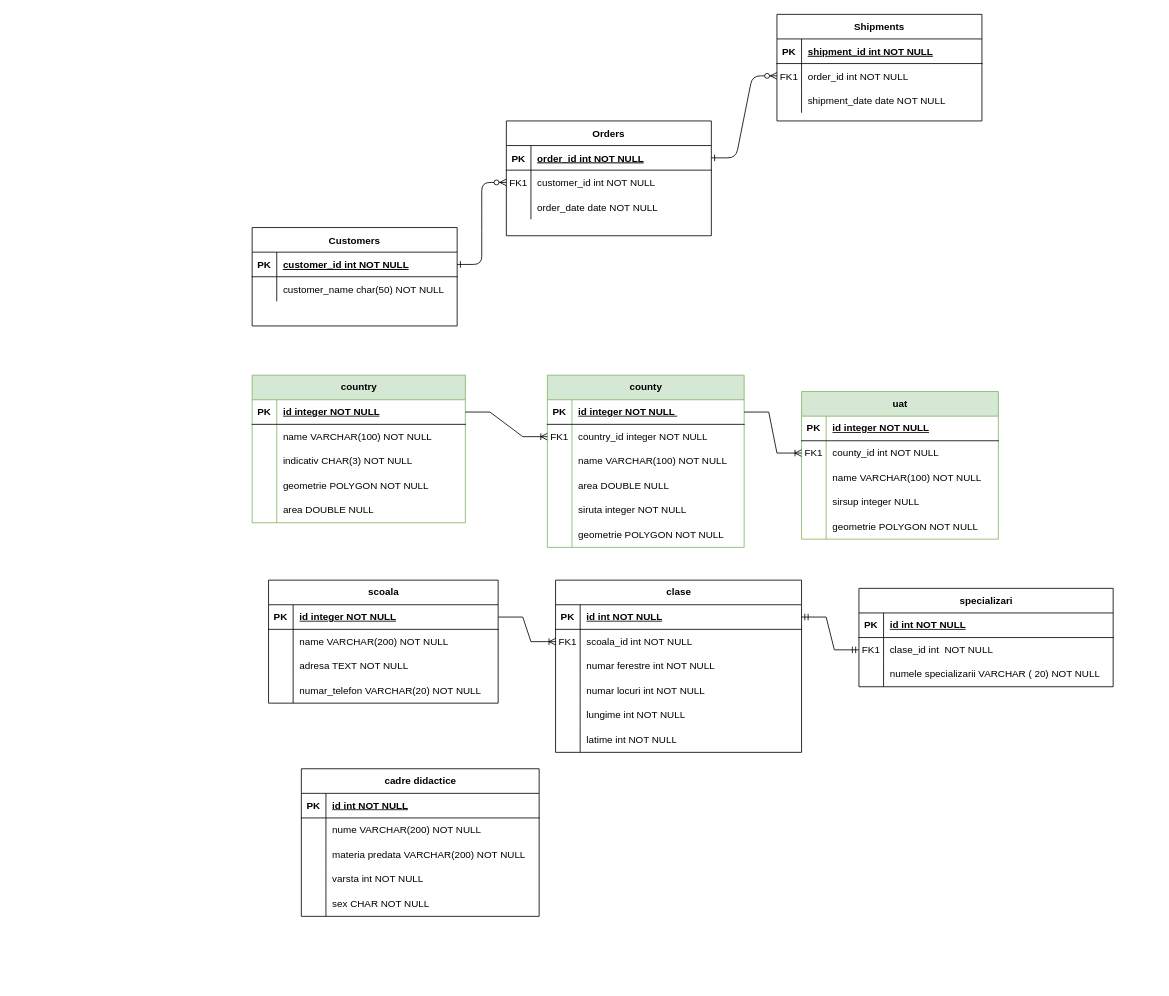
This is Untitled Diagram.drawio from cristian19122001/modelare_db, a draw.io file, before an edit. Source tidied: cells renumbered, new cells numbered last; positions are measured from the earlier drawing's top-left corner, leaving out a move shared by most shapes. Both pictures are drawn from the tidied source at 82%, with x=0, y=0 at pixel (252, 14).
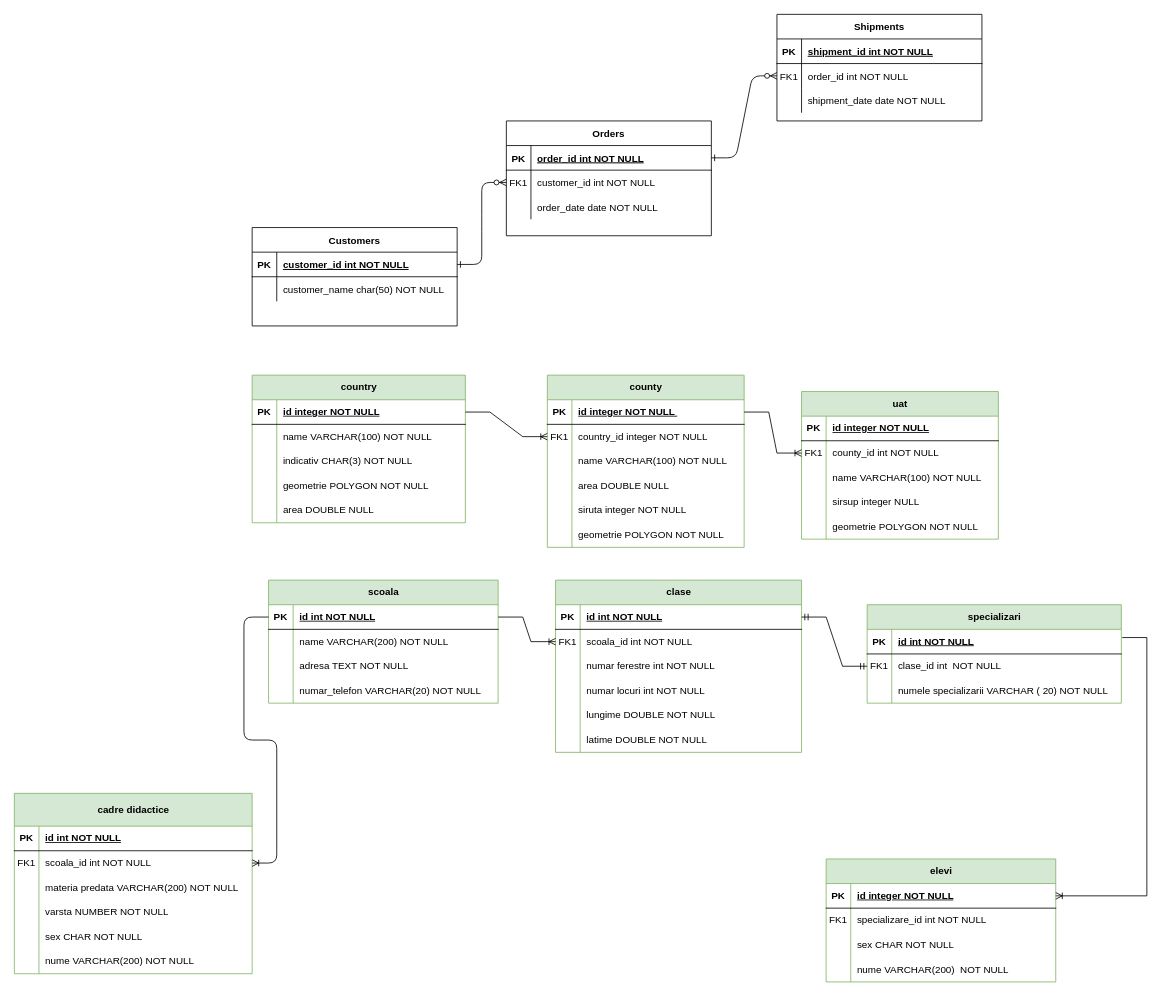
The same page after the edit.

The change refers to these unchanged cells:
```xml
<mxCell id="85" style="shape=tableRow;horizontal=0;startSize=0;swimlaneHead=0;swimlaneBody=0;fillColor=none;points=[[0,0.5],[1,0.5]];portConstraint=eastwest;top=0;left=0;right=0;bottom=1;" parent="84" vertex="1">
  <mxGeometry y="30" width="280" height="30" as="geometry" />
</mxCell>
<mxCell id="110" style="shape=tableRow;horizontal=0;startSize=0;swimlaneHead=0;swimlaneBody=0;fillColor=none;top=0;left=0;right=0;bottom=0;" parent="97" vertex="1">
  <mxGeometry y="150" width="300" height="30" as="geometry" />
</mxCell>
<mxCell id="113" style="shape=tableRow;horizontal=0;startSize=0;swimlaneHead=0;swimlaneBody=0;fillColor=none;top=0;left=0;right=0;bottom=0;" parent="97" vertex="1">
  <mxGeometry y="180" width="300" height="30" as="geometry" />
</mxCell>
```

What changed in the source:
```diff
@@
-    <mxCell id="84" value="scoala" style="shape=table;startSize=30;childLayout=tableLayout;rowLines=0;fontStyle=1;align=center;html=1;" parent="1" vertex="1">
+    <mxCell id="84" value="scoala" style="shape=table;startSize=30;childLayout=tableLayout;rowLines=0;fontStyle=1;align=center;html=1;fillColor=#d5e8d4;strokeColor=#82b366;" parent="1" vertex="1">
       <mxGeometry x="20" y="690" width="280" height="150" as="geometry" />
     </mxCell>
@@
-    <mxCell id="87" value="id integer NOT NULL" style="shape=partialRectangle;fillColor=none;top=0;left=0;bottom=0;right=0;align=left;spacingLeft=6;fontStyle=5;overflow=hidden;whiteSpace=wrap;html=1;" parent="85" vertex="1">
+    <mxCell id="87" value="id int NOT NULL" style="shape=partialRectangle;fillColor=none;top=0;left=0;bottom=0;right=0;align=left;spacingLeft=6;fontStyle=5;overflow=hidden;whiteSpace=wrap;html=1;" parent="85" vertex="1">
       <mxGeometry x="30" width="250" height="30" as="geometry" />
     </mxCell>
@@
-    <mxCell id="97" value="clase" style="shape=table;startSize=30;childLayout=tableLayout;rowLines=0;fontStyle=1;align=center;html=1;" parent="1" vertex="1">
+    <mxCell id="97" value="clase" style="shape=table;startSize=30;childLayout=tableLayout;rowLines=0;fontStyle=1;align=center;html=1;fillColor=#d5e8d4;strokeColor=#82b366;" parent="1" vertex="1">
       <mxGeometry x="370" y="690" width="300" height="210" as="geometry" />
     </mxCell>
@@
-    <mxCell id="112" value="lungime int NOT NULL" style="shape=partialRectangle;fillColor=none;top=0;left=0;bottom=0;right=0;align=left;spacingLeft=6;overflow=hidden;whiteSpace=wrap;html=1;" parent="110" vertex="1">
+    <mxCell id="112" value="lungime DOUBLE NOT NULL" style="shape=partialRectangle;fillColor=none;top=0;left=0;bottom=0;right=0;align=left;spacingLeft=6;overflow=hidden;whiteSpace=wrap;html=1;" parent="110" vertex="1">
       <mxGeometry x="30" width="270" height="30" as="geometry" />
     </mxCell>
@@
-    <mxCell id="115" value="latime int NOT NULL" style="shape=partialRectangle;fillColor=none;top=0;left=0;bottom=0;right=0;align=left;spacingLeft=6;overflow=hidden;whiteSpace=wrap;html=1;" parent="113" vertex="1">
+    <mxCell id="115" value="latime DOUBLE NOT NULL" style="shape=partialRectangle;fillColor=none;top=0;left=0;bottom=0;right=0;align=left;spacingLeft=6;overflow=hidden;whiteSpace=wrap;html=1;" parent="113" vertex="1">
       <mxGeometry x="30" width="270" height="30" as="geometry" />
     </mxCell>
-    <mxCell id="116" value="specializari" style="shape=table;startSize=30;childLayout=tableLayout;rowLines=0;fontStyle=1;align=center;html=1;" parent="1" vertex="1">
-      <mxGeometry x="740" y="700" width="310" height="120" as="geometry" />
+    <mxCell id="116" value="specializari" style="shape=table;startSize=30;childLayout=tableLayout;rowLines=0;fontStyle=1;align=center;html=1;fillColor=#d5e8d4;strokeColor=#82b366;" parent="1" vertex="1">
+      <mxGeometry x="750" y="720" width="310" height="120" as="geometry" />
     </mxCell>
@@
-    <mxCell id="126" value="cadre didactice" style="shape=table;startSize=30;childLayout=tableLayout;rowLines=0;fontStyle=1;align=center;html=1;" parent="1" vertex="1">
-      <mxGeometry x="60" y="920" width="290" height="180" as="geometry" />
+    <mxCell id="126" value="cadre didactice" style="shape=table;startSize=40;childLayout=tableLayout;rowLines=0;fontStyle=1;align=center;html=1;fillColor=#d5e8d4;strokeColor=#82b366;" parent="1" vertex="1">
+      <mxGeometry x="-290" y="950" width="290" height="220" as="geometry" />
     </mxCell>
     <mxCell id="127" style="shape=tableRow;horizontal=0;startSize=0;swimlaneHead=0;swimlaneBody=0;fillColor=none;top=0;left=0;right=0;bottom=1;" parent="126" vertex="1">
-      <mxGeometry y="30" width="290" height="30" as="geometry" />
+      <mxGeometry y="40" width="290" height="30" as="geometry" />
     </mxCell>
@@
     <mxCell id="130" style="shape=tableRow;horizontal=0;startSize=0;swimlaneHead=0;swimlaneBody=0;fillColor=none;points=[[0,0.5],[1,0.5]];portConstraint=eastwest;top=0;left=0;right=0;bottom=0;" parent="126" vertex="1">
-      <mxGeometry y="60" width="290" height="30" as="geometry" />
+      <mxGeometry y="70" width="290" height="30" as="geometry" />
     </mxCell>
-    <mxCell id="131" style="shape=partialRectangle;fillColor=none;top=0;left=0;bottom=0;right=0;overflow=hidden;whiteSpace=wrap;html=1;" parent="130" vertex="1">
+    <mxCell id="131" value="FK1" style="shape=partialRectangle;fillColor=none;top=0;left=0;bottom=0;right=0;overflow=hidden;whiteSpace=wrap;html=1;" parent="130" vertex="1">
       <mxGeometry width="30" height="30" as="geometry" />
     </mxCell>
-    <mxCell id="132" value="nume VARCHAR(200) NOT NULL" style="shape=partialRectangle;fillColor=none;top=0;left=0;bottom=0;right=0;align=left;spacingLeft=6;overflow=hidden;whiteSpace=wrap;html=1;" parent="130" vertex="1">
+    <mxCell id="132" value="scoala_id int NOT NULL" style="shape=partialRectangle;fillColor=none;top=0;left=0;bottom=0;right=0;align=left;spacingLeft=6;overflow=hidden;whiteSpace=wrap;html=1;" parent="130" vertex="1">
       <mxGeometry x="30" width="260" height="30" as="geometry" />
     </mxCell>
     <mxCell id="133" style="shape=tableRow;horizontal=0;startSize=0;swimlaneHead=0;swimlaneBody=0;fillColor=none;top=0;left=0;right=0;bottom=0;" parent="126" vertex="1">
-      <mxGeometry y="90" width="290" height="30" as="geometry" />
+      <mxGeometry y="100" width="290" height="30" as="geometry" />
     </mxCell>
@@
     <mxCell id="136" style="shape=tableRow;horizontal=0;startSize=0;swimlaneHead=0;swimlaneBody=0;fillColor=none;top=0;left=0;right=0;bottom=0;" parent="126" vertex="1">
-      <mxGeometry y="120" width="290" height="30" as="geometry" />
+      <mxGeometry y="130" width="290" height="30" as="geometry" />
     </mxCell>
@@
-    <mxCell id="138" value="varsta int NOT NULL" style="shape=partialRectangle;fillColor=none;top=0;left=0;bottom=0;right=0;align=left;spacingLeft=6;overflow=hidden;whiteSpace=wrap;html=1;" parent="136" vertex="1">
+    <mxCell id="138" value="varsta NUMBER NOT NULL" style="shape=partialRectangle;fillColor=none;top=0;left=0;bottom=0;right=0;align=left;spacingLeft=6;overflow=hidden;whiteSpace=wrap;html=1;" parent="136" vertex="1">
       <mxGeometry x="30" width="260" height="30" as="geometry" />
     </mxCell>
     <mxCell id="139" style="shape=tableRow;horizontal=0;startSize=0;swimlaneHead=0;swimlaneBody=0;fillColor=none;top=0;left=0;right=0;bottom=0;" parent="126" vertex="1">
-      <mxGeometry y="150" width="290" height="30" as="geometry" />
+      <mxGeometry y="160" width="290" height="30" as="geometry" />
     </mxCell>
@@
+    <mxCell id="144" style="shape=tableRow;horizontal=0;startSize=0;swimlaneHead=0;swimlaneBody=0;fillColor=none;top=0;left=0;right=0;bottom=0;" parent="126" vertex="1">
+      <mxGeometry y="190" width="290" height="30" as="geometry" />
+    </mxCell>
+    <mxCell id="145" style="shape=partialRectangle;fillColor=none;top=0;left=0;bottom=0;right=0;overflow=hidden;whiteSpace=wrap;html=1;" parent="144" vertex="1">
+      <mxGeometry width="30" height="30" as="geometry" />
+    </mxCell>
+    <mxCell id="146" value="nume VARCHAR(200) NOT NULL" style="shape=partialRectangle;fillColor=none;top=0;left=0;bottom=0;right=0;align=left;spacingLeft=6;overflow=hidden;whiteSpace=wrap;html=1;" parent="144" vertex="1">
+      <mxGeometry x="30" width="260" height="30" as="geometry" />
+    </mxCell>
@@
+    <mxCell id="147" style="edgeStyle=entityRelationEdgeStyle;fontSize=12;html=1;endArrow=ERoneToMany;rounded=1;exitX=0;exitY=0.5;exitDx=0;exitDy=0;entryX=1;entryY=0.5;entryDx=0;entryDy=0;" parent="1" edge="1" source="85" target="130">
+      <mxGeometry relative="1" as="geometry">
+        <Array as="points">
+          <mxPoint x="-30" y="810" />
+        </Array>
+      </mxGeometry>
+    </mxCell>
+    <mxCell id="148" value="elevi" style="shape=table;startSize=30;childLayout=tableLayout;rowLines=0;fontStyle=1;align=center;html=1;fillColor=#d5e8d4;strokeColor=#82b366;" parent="1" vertex="1">
+      <mxGeometry x="700" y="1030" width="280" height="150" as="geometry" />
+    </mxCell>
+    <mxCell id="149" style="shape=tableRow;horizontal=0;startSize=0;swimlaneHead=0;swimlaneBody=0;fillColor=none;points=[[0,0.5],[1,0.5]];portConstraint=eastwest;top=0;left=0;right=0;bottom=1;" parent="148" vertex="1">
+      <mxGeometry y="30" width="280" height="30" as="geometry" />
+    </mxCell>
+    <mxCell id="150" value="PK" style="shape=partialRectangle;fillColor=none;top=0;left=0;bottom=0;right=0;fontStyle=1;overflow=hidden;whiteSpace=wrap;html=1;" parent="149" vertex="1">
+      <mxGeometry width="30" height="30" as="geometry" />
+    </mxCell>
+    <mxCell id="151" value="id integer NOT NULL" style="shape=partialRectangle;fillColor=none;top=0;left=0;bottom=0;right=0;align=left;spacingLeft=6;fontStyle=5;overflow=hidden;whiteSpace=wrap;html=1;" parent="149" vertex="1">
+      <mxGeometry x="30" width="250" height="30" as="geometry" />
+    </mxCell>
+    <mxCell id="152" style="shape=tableRow;horizontal=0;startSize=0;swimlaneHead=0;swimlaneBody=0;fillColor=none;top=0;left=0;right=0;bottom=0;" parent="148" vertex="1">
+      <mxGeometry y="60" width="280" height="30" as="geometry" />
+    </mxCell>
+    <mxCell id="153" value="FK1" style="shape=partialRectangle;fillColor=none;top=0;left=0;bottom=0;right=0;overflow=hidden;whiteSpace=wrap;html=1;" parent="152" vertex="1">
+      <mxGeometry width="30" height="30" as="geometry" />
+    </mxCell>
+    <mxCell id="154" value="specializare_id int NOT NULL" style="shape=partialRectangle;fillColor=none;top=0;left=0;bottom=0;right=0;align=left;spacingLeft=6;overflow=hidden;whiteSpace=wrap;html=1;" parent="152" vertex="1">
+      <mxGeometry x="30" width="250" height="30" as="geometry" />
+    </mxCell>
+    <mxCell id="155" style="shape=tableRow;horizontal=0;startSize=0;swimlaneHead=0;swimlaneBody=0;fillColor=none;top=0;left=0;right=0;bottom=0;" parent="148" vertex="1">
+      <mxGeometry y="90" width="280" height="30" as="geometry" />
+    </mxCell>
+    <mxCell id="156" style="shape=partialRectangle;fillColor=none;top=0;left=0;bottom=0;right=0;overflow=hidden;whiteSpace=wrap;html=1;" parent="155" vertex="1">
+      <mxGeometry width="30" height="30" as="geometry" />
+    </mxCell>
+    <mxCell id="157" value="sex CHAR NOT NULL" style="shape=partialRectangle;fillColor=none;top=0;left=0;bottom=0;right=0;align=left;spacingLeft=6;overflow=hidden;whiteSpace=wrap;html=1;" parent="155" vertex="1">
+      <mxGeometry x="30" width="250" height="30" as="geometry" />
+    </mxCell>
+    <mxCell id="158" style="shape=tableRow;horizontal=0;startSize=0;swimlaneHead=0;swimlaneBody=0;fillColor=none;top=0;left=0;right=0;bottom=0;" parent="148" vertex="1">
+      <mxGeometry y="120" width="280" height="30" as="geometry" />
+    </mxCell>
+    <mxCell id="159" style="shape=partialRectangle;fillColor=none;top=0;left=0;bottom=0;right=0;overflow=hidden;whiteSpace=wrap;html=1;" parent="158" vertex="1">
+      <mxGeometry width="30" height="30" as="geometry" />
+    </mxCell>
+    <mxCell id="160" value="nume VARCHAR(200)&amp;nbsp; NOT NULL" style="shape=partialRectangle;fillColor=none;top=0;left=0;bottom=0;right=0;align=left;spacingLeft=6;overflow=hidden;whiteSpace=wrap;html=1;" parent="158" vertex="1">
+      <mxGeometry x="30" width="250" height="30" as="geometry" />
+    </mxCell>
+    <mxCell id="161" style="edgeStyle=entityRelationEdgeStyle;fontSize=12;html=1;endArrow=ERoneToMany;rounded=0;entryX=1;entryY=0.5;entryDx=0;entryDy=0;" parent="1" edge="1" target="149">
+      <mxGeometry relative="1" as="geometry">
+        <mxPoint x="1061.1" y="760" as="sourcePoint" />
+        <Array as="points">
+          <mxPoint x="410" y="1000" />
+        </Array>
+      </mxGeometry>
+    </mxCell>
```
